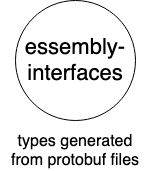
Before: assets/essembly-project-structure.png, a diagram exported from draw.io (blittable/essembly). Source tidied: cells renumbered, new cells last; positions are measured from the earlier drawing's top-left corner, leaving out a move shared by most shapes. Its diagram source:
```xml
<mxGraphModel>
  <root>
    <mxCell id="0" />
    <mxCell id="1" parent="0" />
    <mxCell id="2" style="group;" parent="1" vertex="1">
      <mxGeometry width="150" height="170" as="geometry" />
    </mxCell>
    <mxCell id="3" value="essembly-interfaces" style="ellipse;whiteSpace=wrap;html=1;fontSize=22;" parent="2" vertex="1">
      <mxGeometry x="15" width="120" height="120" as="geometry" />
    </mxCell>
    <mxCell id="4" value="types generated from protobuf files" style="text;html=1;strokeColor=none;fillColor=none;align=center;verticalAlign=middle;whiteSpace=wrap;rounded=0;fontSize=16;" parent="2" vertex="1">
      <mxGeometry y="130" width="150" height="40" as="geometry" />
    </mxCell>
  </root>
</mxGraphModel>
```
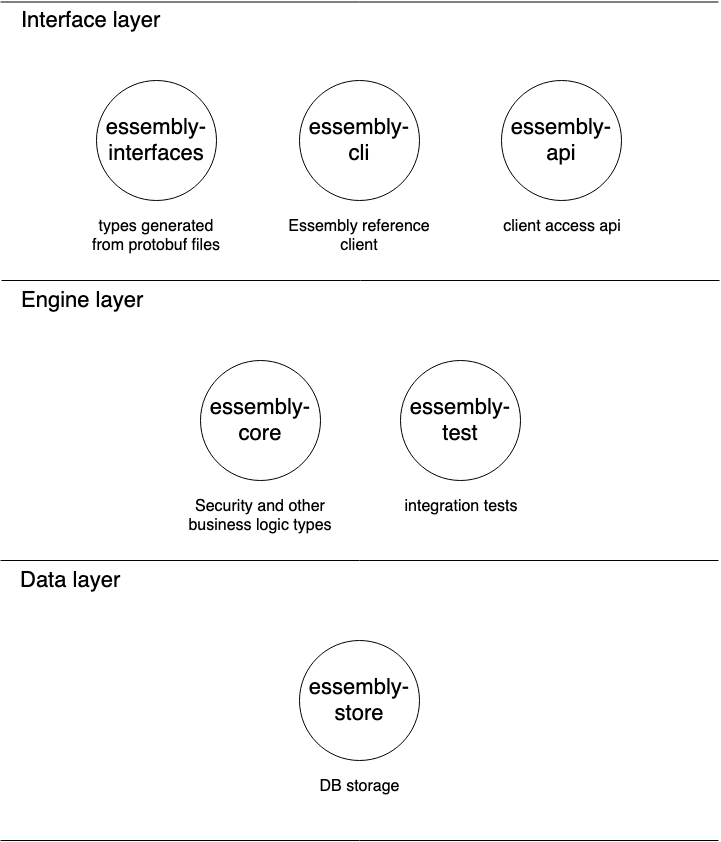
Later version of the same file.

Change to the diagram source:
```diff
@@ -2,14 +2,92 @@
   <root>
     <mxCell id="0" />
     <mxCell id="1" parent="0" />
-    <mxCell id="2" style="group;" parent="1" vertex="1">
-      <mxGeometry width="150" height="170" as="geometry" />
-    </mxCell>
+    <mxCell id="5" style="group;" parent="1" vertex="1">
+      <mxGeometry x="862" y="200" width="150" height="170" as="geometry" />
+    </mxCell>
+    <mxCell id="6" value="essembly-api" style="ellipse;whiteSpace=wrap;html=1;fontSize=22;" parent="5" vertex="1">
+      <mxGeometry x="15" width="120" height="120" as="geometry" />
+    </mxCell>
+    <mxCell id="7" value="client access api" style="text;html=1;strokeColor=none;fillColor=none;align=center;verticalAlign=top;whiteSpace=wrap;rounded=0;fontSize=16;" parent="5" vertex="1">
+      <mxGeometry y="130" width="150" height="40" as="geometry" />
+    </mxCell>
+    <mxCell id="8" style="group;" parent="1" vertex="1">
+      <mxGeometry x="457" y="200" width="150" height="180" as="geometry" />
+    </mxCell>
-    <mxCell id="3" value="essembly-interfaces" style="ellipse;whiteSpace=wrap;html=1;fontSize=22;" parent="2" vertex="1">
+    <mxCell id="3" value="essembly-interfaces" style="ellipse;whiteSpace=wrap;html=1;fontSize=22;" parent="8" vertex="1">
       <mxGeometry x="15" width="120" height="120" as="geometry" />
     </mxCell>
-    <mxCell id="4" value="types generated from protobuf files" style="text;html=1;strokeColor=none;fillColor=none;align=center;verticalAlign=middle;whiteSpace=wrap;rounded=0;fontSize=16;" parent="2" vertex="1">
-      <mxGeometry y="130" width="150" height="40" as="geometry" />
+    <mxCell id="4" value="types generated from protobuf files" style="text;html=1;strokeColor=none;fillColor=none;align=center;verticalAlign=top;whiteSpace=wrap;rounded=0;fontSize=16;" parent="8" vertex="1">
+      <mxGeometry y="130" width="150" height="50" as="geometry" />
     </mxCell>
+    <mxCell id="9" style="group;" parent="1" vertex="1">
+      <mxGeometry x="660" y="760" width="150" height="170" as="geometry" />
+    </mxCell>
+    <mxCell id="10" value="essembly-store" style="ellipse;whiteSpace=wrap;html=1;fontSize=22;" parent="9" vertex="1">
+      <mxGeometry x="15" width="120" height="120" as="geometry" />
+    </mxCell>
+    <mxCell id="11" value="DB storage" style="text;html=1;strokeColor=none;fillColor=none;align=center;verticalAlign=top;whiteSpace=wrap;rounded=0;fontSize=16;" parent="9" vertex="1">
+      <mxGeometry y="130" width="150" height="40" as="geometry" />
+    </mxCell>
+    <mxCell id="12" style="group;" parent="1" vertex="1">
+      <mxGeometry x="561" y="480" width="150" height="180" as="geometry" />
+    </mxCell>
+    <mxCell id="13" value="essembly-core" style="ellipse;whiteSpace=wrap;html=1;fontSize=22;" parent="12" vertex="1">
+      <mxGeometry x="15" width="120" height="120" as="geometry" />
+    </mxCell>
+    <mxCell id="14" value="Security and other business logic types" style="text;html=1;strokeColor=none;fillColor=none;align=center;verticalAlign=top;whiteSpace=wrap;rounded=0;fontSize=16;" parent="12" vertex="1">
+      <mxGeometry y="130" width="150" height="50" as="geometry" />
+    </mxCell>
+    <mxCell id="15" style="group;" parent="1" vertex="1">
+      <mxGeometry x="660" y="200" width="150" height="180" as="geometry" />
+    </mxCell>
+    <mxCell id="16" value="essembly-cli" style="ellipse;whiteSpace=wrap;html=1;fontSize=22;" parent="15" vertex="1">
+      <mxGeometry x="15" width="120" height="120" as="geometry" />
+    </mxCell>
+    <mxCell id="17" value="Essembly reference client" style="text;html=1;strokeColor=none;fillColor=none;align=center;verticalAlign=top;whiteSpace=wrap;rounded=0;fontSize=16;" parent="15" vertex="1">
+      <mxGeometry y="130" width="150" height="50" as="geometry" />
+    </mxCell>
+    <mxCell id="18" style="group;" parent="1" vertex="1">
+      <mxGeometry x="761" y="480" width="150" height="180" as="geometry" />
+    </mxCell>
+    <mxCell id="19" value="essembly-test" style="ellipse;whiteSpace=wrap;html=1;fontSize=22;" parent="18" vertex="1">
+      <mxGeometry x="15" width="120" height="120" as="geometry" />
+    </mxCell>
+    <mxCell id="20" value="integration tests" style="text;html=1;strokeColor=none;fillColor=none;align=center;verticalAlign=top;whiteSpace=wrap;rounded=0;fontSize=16;" parent="18" vertex="1">
+      <mxGeometry y="130" width="150" height="50" as="geometry" />
+    </mxCell>
+    <mxCell id="21" value="Interface layer" style="text;html=1;strokeColor=none;fillColor=none;align=left;verticalAlign=middle;whiteSpace=wrap;rounded=0;fontSize=22;" parent="1" vertex="1">
+      <mxGeometry x="395" y="120" width="160" height="40" as="geometry" />
+    </mxCell>
+    <mxCell id="22" style="endArrow=none;html=1;fontSize=22;" parent="1" edge="1">
+      <mxGeometry relative="1" as="geometry">
+        <mxPoint x="377" y="400" as="sourcePoint" />
+        <mxPoint x="1095" y="400" as="targetPoint" />
+      </mxGeometry>
+    </mxCell>
+    <mxCell id="23" style="endArrow=none;html=1;fontSize=22;" parent="1" edge="1">
+      <mxGeometry relative="1" as="geometry">
+        <mxPoint x="376" y="121.5" as="sourcePoint" />
+        <mxPoint x="1094" y="121.5" as="targetPoint" />
+      </mxGeometry>
+    </mxCell>
+    <mxCell id="24" value="Engine layer" style="text;html=1;strokeColor=none;fillColor=none;align=left;verticalAlign=middle;whiteSpace=wrap;rounded=0;fontSize=22;" parent="1" vertex="1">
+      <mxGeometry x="395" y="400" width="160" height="40" as="geometry" />
+    </mxCell>
+    <mxCell id="25" style="endArrow=none;html=1;fontSize=22;" parent="1" edge="1">
+      <mxGeometry relative="1" as="geometry">
+        <mxPoint x="376" y="680" as="sourcePoint" />
+        <mxPoint x="1094" y="680" as="targetPoint" />
+      </mxGeometry>
+    </mxCell>
+    <mxCell id="26" value="Data layer" style="text;html=1;strokeColor=none;fillColor=none;align=left;verticalAlign=middle;whiteSpace=wrap;rounded=0;fontSize=22;" parent="1" vertex="1">
+      <mxGeometry x="394" y="680" width="160" height="40" as="geometry" />
+    </mxCell>
+    <mxCell id="27" style="endArrow=none;html=1;fontSize=22;" parent="1" edge="1">
+      <mxGeometry relative="1" as="geometry">
+        <mxPoint x="376" y="960" as="sourcePoint" />
+        <mxPoint x="1094" y="960" as="targetPoint" />
+      </mxGeometry>
+    </mxCell>
   </root>
 </mxGraphModel>
```
